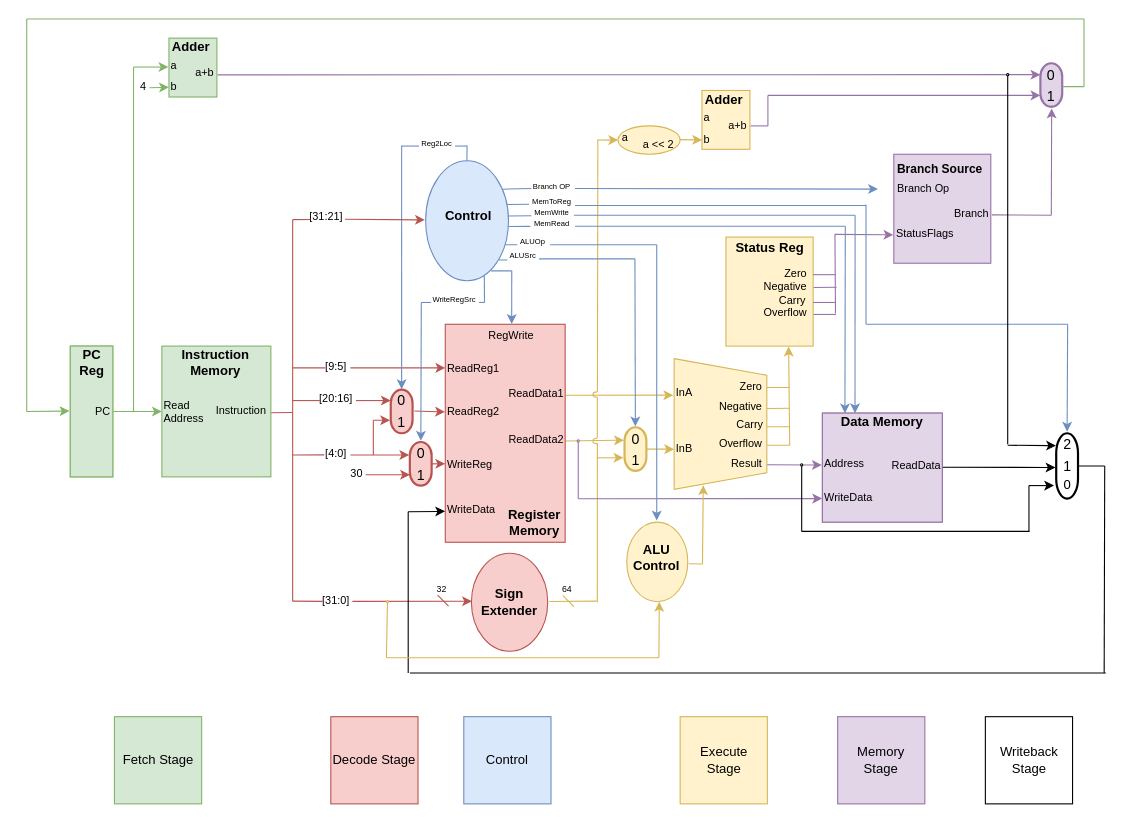
Above: nonpipelined/diagram.drawio in mattco98/LEGv8-Processor (draw.io), before the change. Source tidied: cells renumbered, new cells numbered last; positions are measured from the earlier drawing's top-left corner, leaving out a move shared by most shapes. Both pictures are drawn from the tidied source at 109%, with x=0, y=0 at pixel (26, 19).
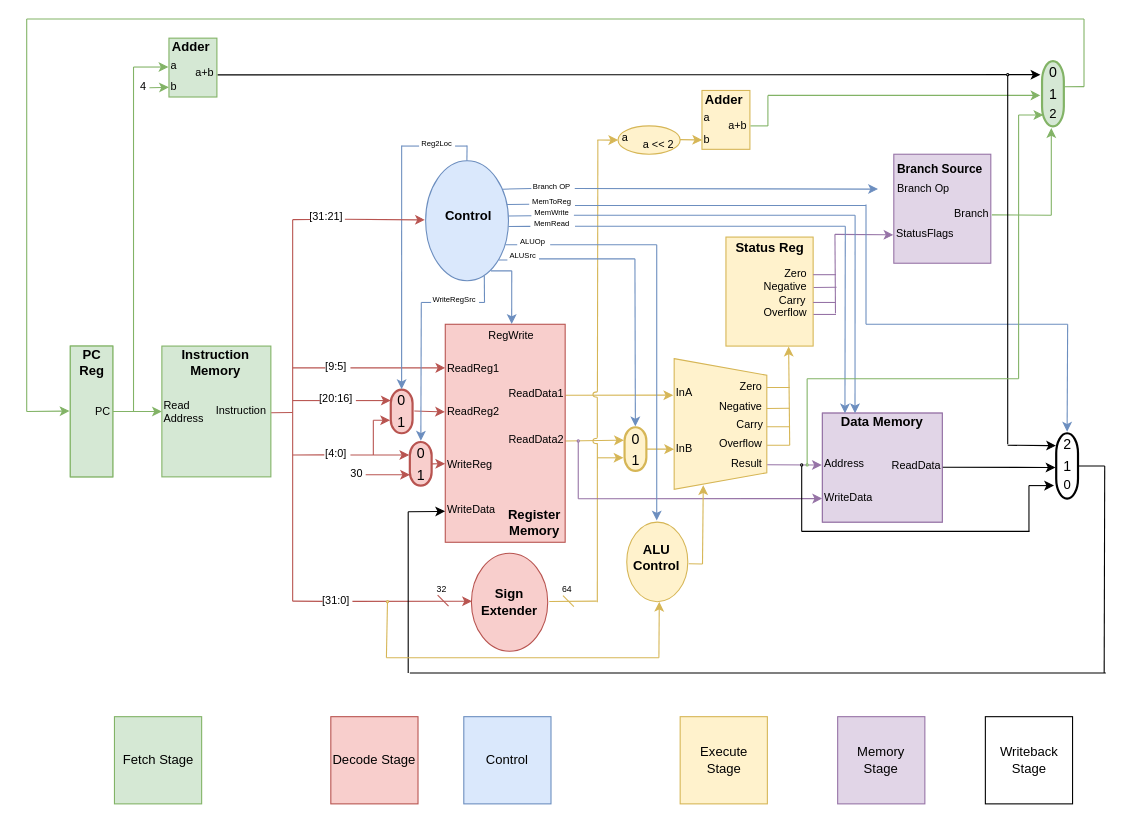
After the change.

The change refers to these unchanged cells:
```xml
<mxCell id="131" value="Branch" style="text;html=1;strokeColor=none;fillColor=none;align=right;verticalAlign=middle;whiteSpace=wrap;rounded=0;fontSize=10;" parent="127" vertex="1">
  <mxGeometry x="30" y="47" width="59" height="14" as="geometry" />
</mxCell>
<mxCell id="166" value="a+b" style="text;html=1;strokeColor=none;fillColor=none;align=right;verticalAlign=middle;whiteSpace=wrap;rounded=0;fontSize=10;" parent="161" vertex="1">
  <mxGeometry x="16.5" y="26" width="27" height="14" as="geometry" />
</mxCell>
<mxCell id="180" value="a+b" style="text;html=1;strokeColor=none;fillColor=none;align=right;verticalAlign=middle;whiteSpace=wrap;rounded=0;fontSize=10;" parent="175" vertex="1">
  <mxGeometry x="16.5" y="26" width="27" height="14" as="geometry" />
</mxCell>
```

What changed in the source:
```diff
@@
+    <mxCell id="225" style="endArrow=none;html=1;fontSize=7;exitX=0.5;exitY=0.5;exitDx=0;exitDy=0;exitPerimeter=0;fillColor=#d5e8d4;strokeColor=#82b366;" parent="1" edge="1" source="226">
+      <mxGeometry relative="1" as="geometry">
+        <mxPoint x="716" y="330" as="targetPoint" />
+      </mxGeometry>
+    </mxCell>
@@
-    <mxCell id="184" style="endArrow=classic;html=1;fontSize=7;exitX=1.044;exitY=0.693;exitDx=0;exitDy=0;exitPerimeter=0;fillColor=#e1d5e7;strokeColor=#9673a6;" parent="1" edge="1" source="180">
+    <mxCell id="184" style="endArrow=classic;html=1;fontSize=7;exitX=1.044;exitY=0.693;exitDx=0;exitDy=0;exitPerimeter=0;" parent="1" edge="1" source="180">
       <mxGeometry relative="1" as="geometry">
         <mxPoint x="930" y="51" as="targetPoint" />
       </mxGeometry>
     </mxCell>
-    <mxCell id="185" style="group;" parent="1" vertex="1">
-      <mxGeometry x="920" y="40.5" width="40" height="40" as="geometry" />
-    </mxCell>
-    <mxCell id="186" style="strokeWidth=2;html=1;shape=mxgraph.flowchart.terminator;whiteSpace=wrap;fontSize=10;align=left;rotation=90;fillColor=#e1d5e7;strokeColor=#9673a6;" parent="185" vertex="1">
-      <mxGeometry y="10" width="40" height="20" as="geometry" />
-    </mxCell>
-    <mxCell id="187" value="0" style="text;html=1;strokeColor=none;fillColor=none;align=center;verticalAlign=middle;whiteSpace=wrap;rounded=0;fontSize=13;" parent="185" vertex="1">
-      <mxGeometry x="15" width="10" height="20" as="geometry" />
-    </mxCell>
-    <mxCell id="188" value="1" style="text;html=1;strokeColor=none;fillColor=none;align=center;verticalAlign=middle;whiteSpace=wrap;rounded=0;fontSize=13;" parent="185" vertex="1">
-      <mxGeometry x="15" y="20" width="10" height="20" as="geometry" />
-    </mxCell>
-    <mxCell id="189" style="endArrow=none;html=1;fontSize=7;fillColor=#e1d5e7;strokeColor=#9673a6;exitX=1.037;exitY=0.607;exitDx=0;exitDy=0;exitPerimeter=0;" parent="1" edge="1" source="166">
+    <mxCell id="189" style="endArrow=none;html=1;fontSize=7;fillColor=#d5e8d4;strokeColor=#82b366;exitX=1.037;exitY=0.607;exitDx=0;exitDy=0;exitPerimeter=0;" parent="1" edge="1" source="166">
       <mxGeometry relative="1" as="geometry">
         <mxPoint x="680" y="98" as="targetPoint" />
       </mxGeometry>
     </mxCell>
-    <mxCell id="190" style="endArrow=none;html=1;fontSize=7;fillColor=#e1d5e7;strokeColor=#9673a6;" parent="1" edge="1">
+    <mxCell id="190" style="endArrow=none;html=1;fontSize=7;fillColor=#d5e8d4;strokeColor=#82b366;" parent="1" edge="1">
       <mxGeometry relative="1" as="geometry">
         <mxPoint x="680" y="98" as="sourcePoint" />
         <mxPoint x="680" y="70" as="targetPoint" />
       </mxGeometry>
     </mxCell>
-    <mxCell id="191" style="endArrow=classic;html=1;fontSize=7;fillColor=#e1d5e7;strokeColor=#9673a6;" parent="1" edge="1">
+    <mxCell id="191" style="endArrow=classic;html=1;fontSize=7;fillColor=#d5e8d4;strokeColor=#82b366;" parent="1" edge="1">
       <mxGeometry relative="1" as="geometry">
         <mxPoint x="680" y="70" as="sourcePoint" />
         <mxPoint x="930" y="70" as="targetPoint" />
       </mxGeometry>
     </mxCell>
-    <mxCell id="192" style="endArrow=none;html=1;fontSize=11;exitX=1.017;exitY=0.619;exitDx=0;exitDy=0;exitPerimeter=0;fillColor=#e1d5e7;strokeColor=#9673a6;" parent="1" edge="1" source="131">
+    <mxCell id="192" style="endArrow=none;html=1;fontSize=11;exitX=1.017;exitY=0.619;exitDx=0;exitDy=0;exitPerimeter=0;fillColor=#d5e8d4;strokeColor=#82b366;" parent="1" edge="1" source="131">
       <mxGeometry relative="1" as="geometry">
         <mxPoint x="940" y="180" as="targetPoint" />
       </mxGeometry>
     </mxCell>
-    <mxCell id="193" style="endArrow=classic;html=1;fontSize=11;entryX=0.533;entryY=1.075;entryDx=0;entryDy=0;entryPerimeter=0;fillColor=#e1d5e7;strokeColor=#9673a6;" parent="1" edge="1" target="188">
+    <mxCell id="193" style="endArrow=classic;html=1;fontSize=11;fillColor=#d5e8d4;strokeColor=#82b366;" parent="1" edge="1">
       <mxGeometry relative="1" as="geometry">
         <mxPoint x="940" y="180" as="sourcePoint" />
+        <mxPoint x="940" y="100" as="targetPoint" />
       </mxGeometry>
     </mxCell>
-    <mxCell id="194" style="endArrow=none;html=1;fontSize=11;fillColor=#d5e8d4;strokeColor=#82b366;exitX=0.537;exitY=-0.015;exitDx=0;exitDy=0;exitPerimeter=0;" parent="1" edge="1" source="186">
+    <mxCell id="194" style="endArrow=none;html=1;fontSize=11;fillColor=#d5e8d4;strokeColor=#82b366;exitX=0.537;exitY=-0.015;exitDx=0;exitDy=0;exitPerimeter=0;" parent="1" edge="1">
       <mxGeometry relative="1" as="geometry">
+        <mxPoint x="950.2" y="62.1" as="sourcePoint" />
         <mxPoint x="970" y="62" as="targetPoint" />
       </mxGeometry>
     </mxCell>
@@
+    <mxCell id="226" style="ellipse;whiteSpace=wrap;html=1;fillColor=#d5e8d4;fontSize=7;align=center;strokeColor=#82b366;" parent="1" vertex="1">
+      <mxGeometry x="715" y="408" width="2" height="2" as="geometry" />
+    </mxCell>
+    <mxCell id="227" style="endArrow=none;html=1;fontSize=7;fillColor=#d5e8d4;strokeColor=#82b366;" parent="1" edge="1">
+      <mxGeometry relative="1" as="geometry">
+        <mxPoint x="716" y="330" as="sourcePoint" />
+        <mxPoint x="910" y="330" as="targetPoint" />
+      </mxGeometry>
+    </mxCell>
+    <mxCell id="228" style="endArrow=none;html=1;fontSize=7;fillColor=#d5e8d4;strokeColor=#82b366;" parent="1" edge="1">
+      <mxGeometry relative="1" as="geometry">
+        <mxPoint x="910" y="330" as="sourcePoint" />
+        <mxPoint x="910" y="88" as="targetPoint" />
+      </mxGeometry>
+    </mxCell>
+    <mxCell id="229" style="group;" parent="1" vertex="1">
+      <mxGeometry x="921.5" y="38.5" width="50" height="61" as="geometry" />
+    </mxCell>
+    <mxCell id="230" style="strokeWidth=2;html=1;shape=mxgraph.flowchart.terminator;whiteSpace=wrap;fontSize=10;align=left;rotation=90;fillColor=#d5e8d4;strokeColor=#82b366;" parent="229" vertex="1">
+      <mxGeometry x="-10" y="20" width="60" height="20" as="geometry" />
+    </mxCell>
+    <mxCell id="187" value="0" style="text;html=1;strokeColor=none;fillColor=none;align=center;verticalAlign=middle;whiteSpace=wrap;rounded=0;fontSize=13;" parent="229" vertex="1">
+      <mxGeometry x="15" width="10" height="20" as="geometry" />
+    </mxCell>
+    <mxCell id="188" value="1" style="text;html=1;strokeColor=none;fillColor=none;align=center;verticalAlign=middle;whiteSpace=wrap;rounded=0;fontSize=13;" parent="229" vertex="1">
+      <mxGeometry x="15" y="20" width="10" height="20" as="geometry" />
+    </mxCell>
+    <mxCell id="231" value="2" style="text;html=1;strokeColor=none;fillColor=none;align=center;verticalAlign=middle;whiteSpace=wrap;rounded=0;" parent="229" vertex="1">
+      <mxGeometry x="15" y="38" width="10" height="20" as="geometry" />
+    </mxCell>
+    <mxCell id="232" style="endArrow=classic;html=1;fontSize=7;entryX=0.824;entryY=0.939;entryDx=0;entryDy=0;entryPerimeter=0;fillColor=#d5e8d4;strokeColor=#82b366;" parent="1" edge="1" target="230">
+      <mxGeometry relative="1" as="geometry">
+        <mxPoint x="910" y="88" as="sourcePoint" />
+      </mxGeometry>
+    </mxCell>
```
